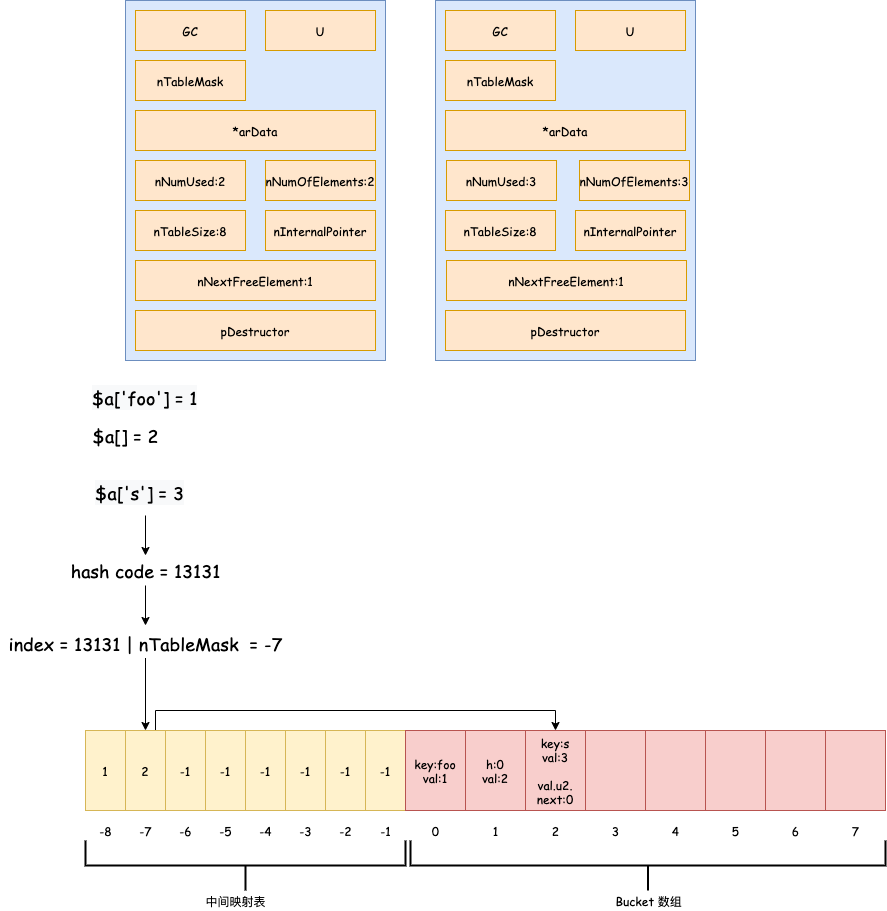
350258655/image keeps this draw.io diagram as php数组新增3.png. Above is the earlier version. Source tidied: cells renumbered, new cells last; positions are measured from the earlier drawing's top-left corner, leaving out a move shared by most shapes. The source it was exported from:
```xml
<mxGraphModel>
  <root>
    <mxCell id="0" />
    <mxCell id="1" parent="0" />
    <mxCell id="2" style="rounded=0;whiteSpace=wrap;html=1;fontFamily=Comic Sans MS;fillColor=#dae8fc;strokeColor=#6c8ebf;" parent="1" vertex="1">
      <mxGeometry x="435" width="260" height="360" as="geometry" />
    </mxCell>
    <mxCell id="3" value="GC" style="rounded=0;whiteSpace=wrap;html=1;fontFamily=Comic Sans MS;fillColor=#ffe6cc;strokeColor=#d79b00;" parent="1" vertex="1">
      <mxGeometry x="445" y="10" width="110" height="40" as="geometry" />
    </mxCell>
    <mxCell id="4" value="U" style="rounded=0;whiteSpace=wrap;html=1;fontFamily=Comic Sans MS;fillColor=#ffe6cc;strokeColor=#d79b00;" parent="1" vertex="1">
      <mxGeometry x="575" y="10" width="110" height="40" as="geometry" />
    </mxCell>
    <mxCell id="5" value="nTableMask" style="rounded=0;whiteSpace=wrap;html=1;fontFamily=Comic Sans MS;fillColor=#ffe6cc;strokeColor=#d79b00;" parent="1" vertex="1">
      <mxGeometry x="445" y="60" width="110" height="40" as="geometry" />
    </mxCell>
    <mxCell id="6" value="*arData" style="rounded=0;whiteSpace=wrap;html=1;fontFamily=Comic Sans MS;fillColor=#ffe6cc;strokeColor=#d79b00;" parent="1" vertex="1">
      <mxGeometry x="445" y="110" width="240" height="40" as="geometry" />
    </mxCell>
    <mxCell id="7" value="nNumUsed:3" style="rounded=0;whiteSpace=wrap;html=1;fontFamily=Comic Sans MS;fillColor=#ffe6cc;strokeColor=#d79b00;" parent="1" vertex="1">
      <mxGeometry x="446" y="160" width="110" height="40" as="geometry" />
    </mxCell>
    <mxCell id="8" value="nNumOfElements:3" style="rounded=0;whiteSpace=wrap;html=1;fontFamily=Comic Sans MS;fillColor=#ffe6cc;strokeColor=#d79b00;" parent="1" vertex="1">
      <mxGeometry x="579" y="160" width="110" height="40" as="geometry" />
    </mxCell>
    <mxCell id="9" value="nTableSize:8" style="rounded=0;whiteSpace=wrap;html=1;fontFamily=Comic Sans MS;fillColor=#ffe6cc;strokeColor=#d79b00;" parent="1" vertex="1">
      <mxGeometry x="445" y="210" width="110" height="40" as="geometry" />
    </mxCell>
    <mxCell id="10" value="nInternalPointer" style="rounded=0;whiteSpace=wrap;html=1;fontFamily=Comic Sans MS;fillColor=#ffe6cc;strokeColor=#d79b00;" parent="1" vertex="1">
      <mxGeometry x="575" y="210" width="110" height="40" as="geometry" />
    </mxCell>
    <mxCell id="11" value="nNextFreeElement:1" style="rounded=0;whiteSpace=wrap;html=1;fontFamily=Comic Sans MS;fillColor=#ffe6cc;strokeColor=#d79b00;" parent="1" vertex="1">
      <mxGeometry x="446" y="260" width="240" height="40" as="geometry" />
    </mxCell>
    <mxCell id="12" value="pDestructor" style="rounded=0;whiteSpace=wrap;html=1;fontFamily=Comic Sans MS;fillColor=#ffe6cc;strokeColor=#d79b00;" parent="1" vertex="1">
      <mxGeometry x="445" y="310" width="240" height="40" as="geometry" />
    </mxCell>
    <mxCell id="13" value="1" style="rounded=0;whiteSpace=wrap;html=1;fontFamily=Comic Sans MS;fillColor=#fff2cc;strokeColor=#d6b656;" parent="1" vertex="1">
      <mxGeometry x="85" y="730" width="40" height="80" as="geometry" />
    </mxCell>
    <mxCell id="14" style="edgeStyle=orthogonalEdgeStyle;rounded=0;jettySize=auto;html=1;exitX=0.75;exitY=0;exitDx=0;exitDy=0;entryX=0.5;entryY=0;entryDx=0;entryDy=0;" parent="1" edge="1" source="15" target="24">
      <mxGeometry relative="1" as="geometry" />
    </mxCell>
    <mxCell id="15" value="2" style="rounded=0;whiteSpace=wrap;html=1;fontFamily=Comic Sans MS;fillColor=#fff2cc;strokeColor=#d6b656;" parent="1" vertex="1">
      <mxGeometry x="125" y="730" width="40" height="80" as="geometry" />
    </mxCell>
    <mxCell id="16" value="-1" style="rounded=0;whiteSpace=wrap;html=1;fontFamily=Comic Sans MS;fillColor=#fff2cc;strokeColor=#d6b656;" parent="1" vertex="1">
      <mxGeometry x="165" y="730" width="40" height="80" as="geometry" />
    </mxCell>
    <mxCell id="17" value="-1" style="rounded=0;whiteSpace=wrap;html=1;fontFamily=Comic Sans MS;fillColor=#fff2cc;strokeColor=#d6b656;" parent="1" vertex="1">
      <mxGeometry x="205" y="730" width="40" height="80" as="geometry" />
    </mxCell>
    <mxCell id="18" value="-1" style="rounded=0;whiteSpace=wrap;html=1;fontFamily=Comic Sans MS;fillColor=#fff2cc;strokeColor=#d6b656;" parent="1" vertex="1">
      <mxGeometry x="245" y="730" width="40" height="80" as="geometry" />
    </mxCell>
    <mxCell id="19" value="-1" style="rounded=0;whiteSpace=wrap;html=1;fontFamily=Comic Sans MS;fillColor=#fff2cc;strokeColor=#d6b656;" parent="1" vertex="1">
      <mxGeometry x="285" y="730" width="40" height="80" as="geometry" />
    </mxCell>
    <mxCell id="20" value="-1" style="rounded=0;whiteSpace=wrap;html=1;fontFamily=Comic Sans MS;fillColor=#fff2cc;strokeColor=#d6b656;" parent="1" vertex="1">
      <mxGeometry x="325" y="730" width="40" height="80" as="geometry" />
    </mxCell>
    <mxCell id="21" value="-1" style="rounded=0;whiteSpace=wrap;html=1;fontFamily=Comic Sans MS;fillColor=#fff2cc;strokeColor=#d6b656;" parent="1" vertex="1">
      <mxGeometry x="365" y="730" width="40" height="80" as="geometry" />
    </mxCell>
    <mxCell id="22" value="key:foo&lt;br&gt;val:1" style="rounded=0;whiteSpace=wrap;html=1;fontFamily=Comic Sans MS;fillColor=#f8cecc;strokeColor=#b85450;" parent="1" vertex="1">
      <mxGeometry x="405" y="730" width="60" height="80" as="geometry" />
    </mxCell>
    <mxCell id="23" value="h:0&lt;br&gt;val:2" style="rounded=0;whiteSpace=wrap;html=1;fontFamily=Comic Sans MS;fillColor=#f8cecc;strokeColor=#b85450;" parent="1" vertex="1">
      <mxGeometry x="465" y="730" width="60" height="80" as="geometry" />
    </mxCell>
    <mxCell id="24" value="key:s&lt;br&gt;val:3&lt;br&gt;&lt;br&gt;val.u2.&lt;br&gt;next:0" style="rounded=0;whiteSpace=wrap;html=1;fontFamily=Comic Sans MS;fillColor=#f8cecc;strokeColor=#b85450;" parent="1" vertex="1">
      <mxGeometry x="525" y="730" width="60" height="80" as="geometry" />
    </mxCell>
    <mxCell id="25" style="rounded=0;whiteSpace=wrap;html=1;fontFamily=Comic Sans MS;fillColor=#f8cecc;strokeColor=#b85450;" parent="1" vertex="1">
      <mxGeometry x="585" y="730" width="60" height="80" as="geometry" />
    </mxCell>
    <mxCell id="26" style="rounded=0;whiteSpace=wrap;html=1;fontFamily=Comic Sans MS;fillColor=#f8cecc;strokeColor=#b85450;" parent="1" vertex="1">
      <mxGeometry x="645" y="730" width="60" height="80" as="geometry" />
    </mxCell>
    <mxCell id="27" style="rounded=0;whiteSpace=wrap;html=1;fontFamily=Comic Sans MS;fillColor=#f8cecc;strokeColor=#b85450;" parent="1" vertex="1">
      <mxGeometry x="705" y="730" width="60" height="80" as="geometry" />
    </mxCell>
    <mxCell id="28" style="rounded=0;whiteSpace=wrap;html=1;fontFamily=Comic Sans MS;fillColor=#f8cecc;strokeColor=#b85450;" parent="1" vertex="1">
      <mxGeometry x="765" y="730" width="60" height="80" as="geometry" />
    </mxCell>
    <mxCell id="29" style="rounded=0;whiteSpace=wrap;html=1;fontFamily=Comic Sans MS;fillColor=#f8cecc;strokeColor=#b85450;" parent="1" vertex="1">
      <mxGeometry x="825" y="730" width="60" height="80" as="geometry" />
    </mxCell>
    <mxCell id="30" style="strokeWidth=2;html=1;shape=mxgraph.flowchart.annotation_2;align=left;labelPosition=right;fontFamily=Comic Sans MS;rotation=-90;" parent="1" vertex="1">
      <mxGeometry x="220" y="705" width="50" height="320" as="geometry" />
    </mxCell>
    <mxCell id="31" value="-8" style="text;html=1;align=center;verticalAlign=middle;fontFamily=Comic Sans MS;" parent="1" vertex="1">
      <mxGeometry x="90" y="820" width="30" height="20" as="geometry" />
    </mxCell>
    <mxCell id="32" value="-7" style="text;html=1;align=center;verticalAlign=middle;fontFamily=Comic Sans MS;" parent="1" vertex="1">
      <mxGeometry x="130" y="820" width="30" height="20" as="geometry" />
    </mxCell>
    <mxCell id="33" value="-6" style="text;html=1;align=center;verticalAlign=middle;fontFamily=Comic Sans MS;" parent="1" vertex="1">
      <mxGeometry x="170" y="820" width="30" height="20" as="geometry" />
    </mxCell>
    <mxCell id="34" value="-5" style="text;html=1;align=center;verticalAlign=middle;fontFamily=Comic Sans MS;" parent="1" vertex="1">
      <mxGeometry x="210" y="820" width="30" height="20" as="geometry" />
    </mxCell>
    <mxCell id="35" value="-4" style="text;html=1;align=center;verticalAlign=middle;fontFamily=Comic Sans MS;" parent="1" vertex="1">
      <mxGeometry x="250" y="820" width="30" height="20" as="geometry" />
    </mxCell>
    <mxCell id="36" value="-3" style="text;html=1;align=center;verticalAlign=middle;fontFamily=Comic Sans MS;" parent="1" vertex="1">
      <mxGeometry x="290" y="820" width="30" height="20" as="geometry" />
    </mxCell>
    <mxCell id="37" value="-2" style="text;html=1;align=center;verticalAlign=middle;fontFamily=Comic Sans MS;" parent="1" vertex="1">
      <mxGeometry x="330" y="820" width="30" height="20" as="geometry" />
    </mxCell>
    <mxCell id="38" value="-1" style="text;html=1;align=center;verticalAlign=middle;fontFamily=Comic Sans MS;" parent="1" vertex="1">
      <mxGeometry x="370" y="820" width="30" height="20" as="geometry" />
    </mxCell>
    <mxCell id="39" value="中间映射表" style="text;html=1;align=center;verticalAlign=middle;fontFamily=Comic Sans MS;" parent="1" vertex="1">
      <mxGeometry x="195" y="890" width="80" height="20" as="geometry" />
    </mxCell>
    <mxCell id="40" value="0" style="text;html=1;align=center;verticalAlign=middle;fontFamily=Comic Sans MS;" parent="1" vertex="1">
      <mxGeometry x="425" y="820" width="20" height="20" as="geometry" />
    </mxCell>
    <mxCell id="41" value="1" style="text;html=1;align=center;verticalAlign=middle;fontFamily=Comic Sans MS;" parent="1" vertex="1">
      <mxGeometry x="485" y="820" width="20" height="20" as="geometry" />
    </mxCell>
    <mxCell id="42" value="2" style="text;html=1;align=center;verticalAlign=middle;fontFamily=Comic Sans MS;" parent="1" vertex="1">
      <mxGeometry x="545" y="820" width="20" height="20" as="geometry" />
    </mxCell>
    <mxCell id="43" value="3" style="text;html=1;align=center;verticalAlign=middle;fontFamily=Comic Sans MS;" parent="1" vertex="1">
      <mxGeometry x="605" y="820" width="20" height="20" as="geometry" />
    </mxCell>
    <mxCell id="44" value="4" style="text;html=1;align=center;verticalAlign=middle;fontFamily=Comic Sans MS;" parent="1" vertex="1">
      <mxGeometry x="665" y="820" width="20" height="20" as="geometry" />
    </mxCell>
    <mxCell id="45" value="5" style="text;html=1;align=center;verticalAlign=middle;fontFamily=Comic Sans MS;" parent="1" vertex="1">
      <mxGeometry x="725" y="820" width="20" height="20" as="geometry" />
    </mxCell>
    <mxCell id="46" value="6" style="text;html=1;align=center;verticalAlign=middle;fontFamily=Comic Sans MS;" parent="1" vertex="1">
      <mxGeometry x="785" y="820" width="20" height="20" as="geometry" />
    </mxCell>
    <mxCell id="47" value="7" style="text;html=1;align=center;verticalAlign=middle;fontFamily=Comic Sans MS;" parent="1" vertex="1">
      <mxGeometry x="845" y="820" width="20" height="20" as="geometry" />
    </mxCell>
    <mxCell id="48" style="strokeWidth=2;html=1;shape=mxgraph.flowchart.annotation_2;align=left;labelPosition=right;fontFamily=Comic Sans MS;rotation=-90;" parent="1" vertex="1">
      <mxGeometry x="622.5" y="627.5" width="50" height="475" as="geometry" />
    </mxCell>
    <mxCell id="49" value="Bucket 数组" style="text;html=1;align=center;verticalAlign=middle;fontFamily=Comic Sans MS;" parent="1" vertex="1">
      <mxGeometry x="607.5" y="890" width="80" height="20" as="geometry" />
    </mxCell>
    <mxCell id="50" style="edgeStyle=orthogonalEdgeStyle;rounded=0;jettySize=auto;html=1;fontFamily=Comic Sans MS;fontSize=18;" parent="1" edge="1" target="52">
      <mxGeometry relative="1" as="geometry">
        <mxPoint x="145" y="515" as="sourcePoint" />
      </mxGeometry>
    </mxCell>
    <mxCell id="51" style="edgeStyle=orthogonalEdgeStyle;rounded=0;jettySize=auto;html=1;fontFamily=Comic Sans MS;fontSize=18;" parent="1" edge="1" source="52">
      <mxGeometry relative="1" as="geometry">
        <mxPoint x="145" y="625" as="targetPoint" />
      </mxGeometry>
    </mxCell>
    <mxCell id="52" value="hash code = 13131" style="text;html=1;align=center;verticalAlign=middle;points=[];fontSize=18;fontFamily=Comic Sans MS;" parent="1" vertex="1">
      <mxGeometry x="60" y="555" width="170" height="30" as="geometry" />
    </mxCell>
    <mxCell id="53" style="edgeStyle=orthogonalEdgeStyle;rounded=0;jettySize=auto;html=1;entryX=0.5;entryY=0;entryDx=0;entryDy=0;" parent="1" edge="1" source="54" target="15">
      <mxGeometry relative="1" as="geometry" />
    </mxCell>
    <mxCell id="54" value="index = 13131 | nTableMask&amp;nbsp; = -7" style="text;html=1;align=center;verticalAlign=middle;points=[];fontSize=18;fontFamily=Comic Sans MS;" parent="1" vertex="1">
      <mxGeometry y="627.5" width="290" height="30" as="geometry" />
    </mxCell>
    <mxCell id="55" value="&lt;span style=&quot;color: rgb(0 , 0 , 0) ; font-family: &amp;#34;comic sans ms&amp;#34; ; font-size: 18px ; font-style: normal ; font-weight: 400 ; letter-spacing: normal ; text-align: center ; text-indent: 0px ; text-transform: none ; word-spacing: 0px ; background-color: rgb(248 , 249 , 250) ; display: inline ; float: none&quot;&gt;$a['s'] = 3&lt;/span&gt;" style="text;whiteSpace=wrap;html=1;" parent="1" vertex="1">
      <mxGeometry x="92.5" y="475" width="130" height="30" as="geometry" />
    </mxCell>
    <mxCell id="56" style="rounded=0;whiteSpace=wrap;html=1;fontFamily=Comic Sans MS;fillColor=#dae8fc;strokeColor=#6c8ebf;" parent="1" vertex="1">
      <mxGeometry x="125" width="260" height="360" as="geometry" />
    </mxCell>
    <mxCell id="57" value="GC" style="rounded=0;whiteSpace=wrap;html=1;fontFamily=Comic Sans MS;fillColor=#ffe6cc;strokeColor=#d79b00;" parent="1" vertex="1">
      <mxGeometry x="135" y="10" width="110" height="40" as="geometry" />
    </mxCell>
    <mxCell id="58" value="U" style="rounded=0;whiteSpace=wrap;html=1;fontFamily=Comic Sans MS;fillColor=#ffe6cc;strokeColor=#d79b00;" parent="1" vertex="1">
      <mxGeometry x="265" y="10" width="110" height="40" as="geometry" />
    </mxCell>
    <mxCell id="59" value="nTableMask" style="rounded=0;whiteSpace=wrap;html=1;fontFamily=Comic Sans MS;fillColor=#ffe6cc;strokeColor=#d79b00;" parent="1" vertex="1">
      <mxGeometry x="135" y="60" width="110" height="40" as="geometry" />
    </mxCell>
    <mxCell id="60" value="*arData" style="rounded=0;whiteSpace=wrap;html=1;fontFamily=Comic Sans MS;fillColor=#ffe6cc;strokeColor=#d79b00;" parent="1" vertex="1">
      <mxGeometry x="135" y="110" width="240" height="40" as="geometry" />
    </mxCell>
    <mxCell id="61" value="nNumUsed:2" style="rounded=0;whiteSpace=wrap;html=1;fontFamily=Comic Sans MS;fillColor=#ffe6cc;strokeColor=#d79b00;" parent="1" vertex="1">
      <mxGeometry x="135" y="160" width="110" height="40" as="geometry" />
    </mxCell>
    <mxCell id="62" value="nNumOfElements:2" style="rounded=0;whiteSpace=wrap;html=1;fontFamily=Comic Sans MS;fillColor=#ffe6cc;strokeColor=#d79b00;" parent="1" vertex="1">
      <mxGeometry x="265" y="160" width="110" height="40" as="geometry" />
    </mxCell>
    <mxCell id="63" value="nTableSize:8" style="rounded=0;whiteSpace=wrap;html=1;fontFamily=Comic Sans MS;fillColor=#ffe6cc;strokeColor=#d79b00;" parent="1" vertex="1">
      <mxGeometry x="135" y="210" width="110" height="40" as="geometry" />
    </mxCell>
    <mxCell id="64" value="nInternalPointer" style="rounded=0;whiteSpace=wrap;html=1;fontFamily=Comic Sans MS;fillColor=#ffe6cc;strokeColor=#d79b00;" parent="1" vertex="1">
      <mxGeometry x="265" y="210" width="110" height="40" as="geometry" />
    </mxCell>
    <mxCell id="65" value="nNextFreeElement:1" style="rounded=0;whiteSpace=wrap;html=1;fontFamily=Comic Sans MS;fillColor=#ffe6cc;strokeColor=#d79b00;" parent="1" vertex="1">
      <mxGeometry x="135" y="260" width="240" height="40" as="geometry" />
    </mxCell>
    <mxCell id="66" value="pDestructor" style="rounded=0;whiteSpace=wrap;html=1;fontFamily=Comic Sans MS;fillColor=#ffe6cc;strokeColor=#d79b00;" parent="1" vertex="1">
      <mxGeometry x="135" y="310" width="240" height="40" as="geometry" />
    </mxCell>
    <mxCell id="67" value="&lt;meta charset=&quot;utf-8&quot;&gt;&lt;span style=&quot;color: rgb(0, 0, 0); font-family: &amp;quot;comic sans ms&amp;quot;; font-size: 18px; font-style: normal; font-weight: 400; letter-spacing: normal; text-align: center; text-indent: 0px; text-transform: none; word-spacing: 0px; background-color: rgb(248, 249, 250); display: inline; float: none;&quot;&gt;$a['foo'] = 1&lt;/span&gt;" style="text;whiteSpace=wrap;html=1;" parent="1" vertex="1">
      <mxGeometry x="90" y="380" width="130" height="30" as="geometry" />
    </mxCell>
    <mxCell id="68" value="$a[] = 2" style="text;html=1;align=center;verticalAlign=middle;fontSize=18;fontFamily=Comic Sans MS;" parent="1" vertex="1">
      <mxGeometry x="85" y="420" width="80" height="30" as="geometry" />
    </mxCell>
  </root>
</mxGraphModel>
```
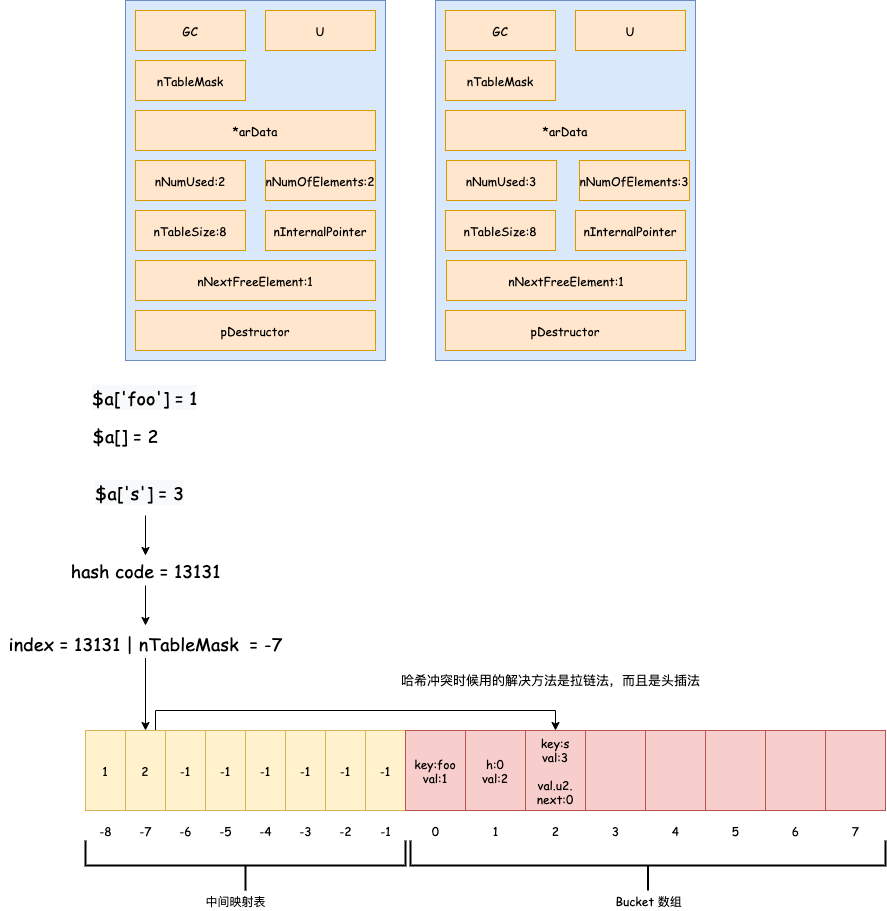
Above is the later version.

Commit message:
更新php数组新增3.png

Change to the diagram source:
```diff
@@ -207,5 +207,8 @@
     <mxCell id="68" value="$a[] = 2" style="text;html=1;align=center;verticalAlign=middle;fontSize=18;fontFamily=Comic Sans MS;" parent="1" vertex="1">
       <mxGeometry x="85" y="420" width="80" height="30" as="geometry" />
     </mxCell>
+    <mxCell id="69" value="哈希冲突时候用的解决方法是拉链法，而且是头插法" style="text;html=1;align=center;verticalAlign=middle;strokeColor=none;fontFamily=Comic Sans MS;fontSize=13;" parent="1" vertex="1">
+      <mxGeometry x="395" y="670" width="310" height="20" as="geometry" />
+    </mxCell>
   </root>
 </mxGraphModel>
```
